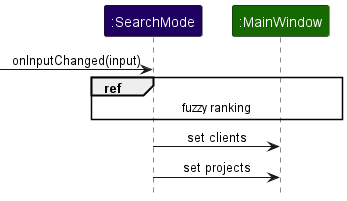
Above: docs/images/fuzzy/FuzzyManagerSequenceDiagramA.png in nus-cs2103-AY2223S2/tp (PlantUML), before the change.
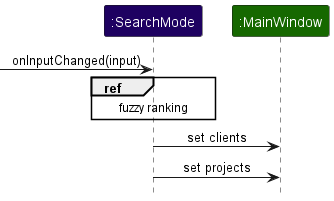
After the change.

Commit message:
Fix fuzzy seq diag ref over

What changed in the source:
```diff
@@ -6,7 +6,7 @@
 
 -> SearchMode : onInputChanged(input)
 
-ref over SearchMode, MainWindow : fuzzy ranking
+ref over SearchMode : fuzzy ranking
 
 SearchMode -> MainWindow : set clients
 SearchMode -> MainWindow : set projects
```
